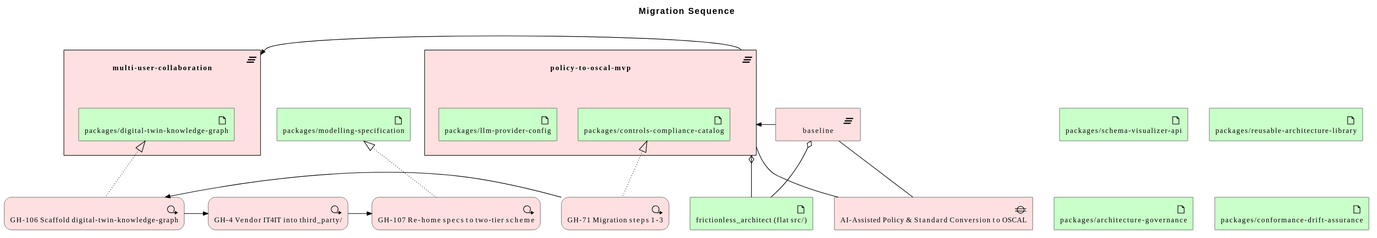
Earlier version of the PlantUML export architecture/model/diagrams/migration/sequence.svg (wolffy-au/frictionless-architect).
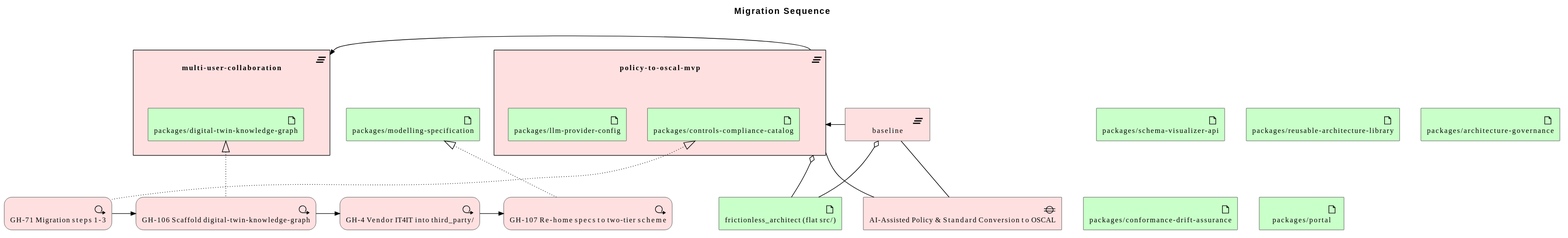
The same diagram one commit later.

What changed in the source:
```diff
@@ -9,6 +9,7 @@
 Technology_Artifact(e_id880eb98a22b15c, "packages/architecture-governance")
 Technology_Artifact(e_idb422fae52e4652, "packages/conformance-drift-assurance")
 Technology_Artifact(e_id42d611ba8e6759, "packages/modelling-specification")
+Technology_Artifact(e_id16c8e0db81fa5f, "packages/portal")
 Implementation_WorkPackage(e_idf0b1b54884f45d, "GH-71 Migration steps 1-3")
 Implementation_WorkPackage(e_id07f2b195f01056, "GH-106 Scaffold digital-twin-knowledge-graph")
 Implementation_WorkPackage(e_idf3a2f1b37db655, "GH-4 Vendor IT4IT into third_party/")
```
